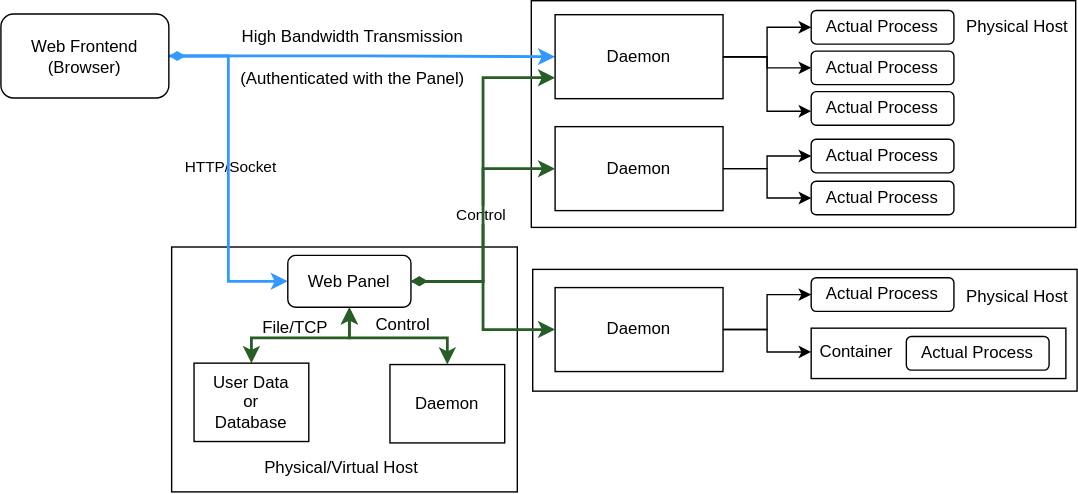
This is images/distributed_principle.svg from MCSManager/Documentation, a draw.io export, as it was before one commit. Source tidied: cells renumbered, new cells last; positions are measured from the earlier drawing's top-left corner, leaving out a move shared by most shapes.
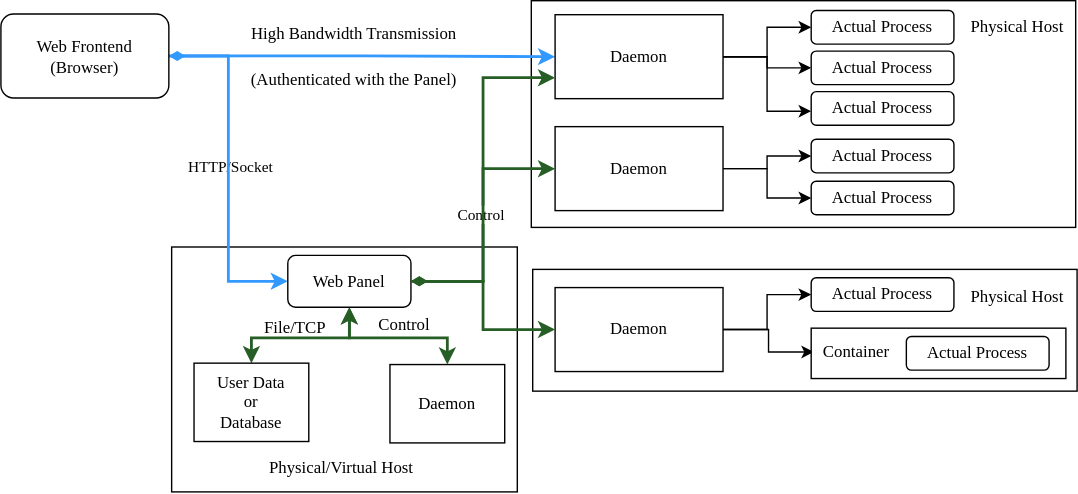
After the commit.

Commit message:
[Doc] en_us - updated network architecture graph, on: images/distributed_principle.svg

What changed in the source:
```diff
@@ -2,81 +2,81 @@
   <root>
     <mxCell id="0" />
     <mxCell id="1" parent="0" />
-    <mxCell id="2" value="HTTP/Socket" style="edgeLabel;html=1;align=center;verticalAlign=middle;" parent="1" vertex="1">
+    <mxCell id="2" value="HTTP/Socket" style="edgeLabel;html=1;align=center;verticalAlign=middle;fontFamily=Linux Libertine;" parent="1" vertex="1">
       <mxGeometry x="164" y="119" as="geometry" />
     </mxCell>
-    <mxCell id="3" style="rounded=0;whiteSpace=wrap;html=1;" parent="1" vertex="1">
+    <mxCell id="3" style="rounded=0;whiteSpace=wrap;html=1;fontFamily=Linux Libertine;" parent="1" vertex="1">
       <mxGeometry x="122" y="176" width="247" height="175" as="geometry" />
     </mxCell>
-    <mxCell id="4" style="rounded=0;whiteSpace=wrap;html=1;" parent="1" vertex="1">
+    <mxCell id="4" style="rounded=0;whiteSpace=wrap;html=1;fontFamily=Linux Libertine;" parent="1" vertex="1">
       <mxGeometry x="379" width="389" height="162" as="geometry" />
     </mxCell>
-    <mxCell id="5" style="edgeStyle=orthogonalEdgeStyle;rounded=0;jettySize=auto;html=1;exitX=1;exitY=0.5;exitDx=0;exitDy=0;entryX=0;entryY=0.5;entryDx=0;entryDy=0;strokeColor=#3399FF;strokeWidth=2;" parent="1" edge="1" source="7" target="11">
+    <mxCell id="5" style="edgeStyle=orthogonalEdgeStyle;rounded=0;jettySize=auto;html=1;exitX=1;exitY=0.5;exitDx=0;exitDy=0;entryX=0;entryY=0.5;entryDx=0;entryDy=0;strokeColor=#3399FF;strokeWidth=2;fontFamily=Linux Libertine;" parent="1" edge="1" source="7" target="11">
       <mxGeometry relative="1" as="geometry" />
     </mxCell>
-    <mxCell id="6" style="edgeStyle=orthogonalEdgeStyle;rounded=0;jettySize=auto;html=1;exitX=1;exitY=0.5;exitDx=0;exitDy=0;entryX=0;entryY=0.5;entryDx=0;entryDy=0;startArrow=diamondThin;startFill=1;strokeColor=#3399FF;strokeWidth=2;" parent="1" edge="1" source="7" target="28">
+    <mxCell id="6" style="edgeStyle=orthogonalEdgeStyle;rounded=0;jettySize=auto;html=1;exitX=1;exitY=0.5;exitDx=0;exitDy=0;entryX=0;entryY=0.5;entryDx=0;entryDy=0;startArrow=diamondThin;startFill=1;strokeColor=#3399FF;strokeWidth=2;fontFamily=Linux Libertine;" parent="1" edge="1" source="7" target="28">
       <mxGeometry relative="1" as="geometry" />
     </mxCell>
-    <mxCell id="7" value="Web Frontend&lt;br&gt;(Browser)" style="rounded=1;whiteSpace=wrap;html=1;" parent="1" vertex="1">
+    <mxCell id="7" value="&lt;font&gt;Web Frontend&lt;br&gt;(Browser)&lt;/font&gt;" style="rounded=1;whiteSpace=wrap;html=1;fontFamily=Linux Libertine;" parent="1" vertex="1">
       <mxGeometry y="9.5" width="120" height="60" as="geometry" />
     </mxCell>
-    <mxCell id="8" style="edgeStyle=orthogonalEdgeStyle;rounded=0;jettySize=auto;html=1;exitX=1;exitY=0.5;exitDx=0;exitDy=0;entryX=0;entryY=0.5;entryDx=0;entryDy=0;" parent="1" edge="1" source="11" target="17">
+    <mxCell id="8" style="edgeStyle=orthogonalEdgeStyle;rounded=0;jettySize=auto;html=1;exitX=1;exitY=0.5;exitDx=0;exitDy=0;entryX=0;entryY=0.5;entryDx=0;entryDy=0;fontFamily=Linux Libertine;" parent="1" edge="1" source="11" target="17">
       <mxGeometry relative="1" as="geometry" />
     </mxCell>
-    <mxCell id="9" style="edgeStyle=orthogonalEdgeStyle;rounded=0;jettySize=auto;html=1;exitX=1;exitY=0.5;exitDx=0;exitDy=0;entryX=0;entryY=0.583;entryDx=0;entryDy=0;entryPerimeter=0;" parent="1" edge="1" source="11" target="18">
+    <mxCell id="9" style="edgeStyle=orthogonalEdgeStyle;rounded=0;jettySize=auto;html=1;exitX=1;exitY=0.5;exitDx=0;exitDy=0;entryX=0;entryY=0.583;entryDx=0;entryDy=0;entryPerimeter=0;fontFamily=Linux Libertine;" parent="1" edge="1" source="11" target="18">
       <mxGeometry relative="1" as="geometry" />
     </mxCell>
-    <mxCell id="10" style="edgeStyle=orthogonalEdgeStyle;rounded=0;jettySize=auto;html=1;exitX=1;exitY=0.5;exitDx=0;exitDy=0;entryX=0;entryY=0.5;entryDx=0;entryDy=0;" parent="1" edge="1" source="11" target="19">
+    <mxCell id="10" style="edgeStyle=orthogonalEdgeStyle;rounded=0;jettySize=auto;html=1;exitX=1;exitY=0.5;exitDx=0;exitDy=0;entryX=0;entryY=0.5;entryDx=0;entryDy=0;fontFamily=Linux Libertine;" parent="1" edge="1" source="11" target="19">
       <mxGeometry relative="1" as="geometry" />
     </mxCell>
-    <mxCell id="11" value="Daemon" style="rounded=0;whiteSpace=wrap;html=1;" parent="1" vertex="1">
+    <mxCell id="11" value="Daemon" style="rounded=0;whiteSpace=wrap;html=1;fontFamily=Linux Libertine;" parent="1" vertex="1">
       <mxGeometry x="396" y="10" width="120" height="60" as="geometry" />
     </mxCell>
-    <mxCell id="12" style="edgeStyle=orthogonalEdgeStyle;rounded=0;jettySize=auto;html=1;exitX=1;exitY=0.5;exitDx=0;exitDy=0;entryX=0;entryY=0.5;entryDx=0;entryDy=0;" parent="1" edge="1" source="14" target="20">
+    <mxCell id="12" style="edgeStyle=orthogonalEdgeStyle;rounded=0;jettySize=auto;html=1;exitX=1;exitY=0.5;exitDx=0;exitDy=0;entryX=0;entryY=0.5;entryDx=0;entryDy=0;fontFamily=Linux Libertine;" parent="1" edge="1" source="14" target="20">
       <mxGeometry relative="1" as="geometry" />
     </mxCell>
-    <mxCell id="13" style="edgeStyle=orthogonalEdgeStyle;rounded=0;jettySize=auto;html=1;exitX=1;exitY=0.5;exitDx=0;exitDy=0;entryX=0;entryY=0.5;entryDx=0;entryDy=0;" parent="1" edge="1" source="14" target="21">
+    <mxCell id="13" style="edgeStyle=orthogonalEdgeStyle;rounded=0;jettySize=auto;html=1;exitX=1;exitY=0.5;exitDx=0;exitDy=0;entryX=0;entryY=0.5;entryDx=0;entryDy=0;fontFamily=Linux Libertine;" parent="1" edge="1" source="14" target="21">
       <mxGeometry relative="1" as="geometry" />
     </mxCell>
-    <mxCell id="14" value="Daemon" style="rounded=0;whiteSpace=wrap;html=1;" parent="1" vertex="1">
+    <mxCell id="14" value="Daemon" style="rounded=0;whiteSpace=wrap;html=1;fontFamily=Linux Libertine;" parent="1" vertex="1">
       <mxGeometry x="396" y="90" width="120" height="60" as="geometry" />
     </mxCell>
-    <mxCell id="15" value="High Bandwidth Transmission" style="text;html=1;align=center;verticalAlign=middle;fillColor=none;strokeColor=none;rounded=0;" parent="1" vertex="1">
-      <mxGeometry x="166" y="13" width="170" height="20" as="geometry" />
+    <mxCell id="15" value="High Bandwidth Transmission" style="text;html=1;align=center;verticalAlign=middle;fillColor=none;strokeColor=none;rounded=0;fontFamily=Linux Libertine;" parent="1" vertex="1">
+      <mxGeometry x="171" y="14" width="161" height="19" as="geometry" />
     </mxCell>
-    <mxCell id="16" value="(Authenticated with the Panel)" style="text;html=1;align=center;verticalAlign=middle;fillColor=none;strokeColor=none;rounded=0;" parent="1" vertex="1">
-      <mxGeometry x="161" y="46" width="180" height="20" as="geometry" />
+    <mxCell id="16" value="(Authenticated with the Panel)" style="text;html=1;align=center;verticalAlign=middle;fillColor=none;strokeColor=none;rounded=0;fontFamily=Linux Libertine;" parent="1" vertex="1">
+      <mxGeometry x="171" y="47" width="161" height="19" as="geometry" />
     </mxCell>
-    <mxCell id="17" value="Actual Process" style="rounded=1;whiteSpace=wrap;html=1;" parent="1" vertex="1">
+    <mxCell id="17" value="Actual Process" style="rounded=1;whiteSpace=wrap;html=1;fontFamily=Linux Libertine;" parent="1" vertex="1">
       <mxGeometry x="579" y="36" width="102" height="24" as="geometry" />
     </mxCell>
-    <mxCell id="18" value="Actual Process" style="rounded=1;whiteSpace=wrap;html=1;" parent="1" vertex="1">
+    <mxCell id="18" value="Actual Process" style="rounded=1;whiteSpace=wrap;html=1;fontFamily=Linux Libertine;" parent="1" vertex="1">
       <mxGeometry x="579" y="65" width="102" height="24" as="geometry" />
     </mxCell>
-    <mxCell id="19" value="Actual Process" style="rounded=1;whiteSpace=wrap;html=1;" parent="1" vertex="1">
+    <mxCell id="19" value="Actual Process" style="rounded=1;whiteSpace=wrap;html=1;fontFamily=Linux Libertine;" parent="1" vertex="1">
       <mxGeometry x="579" y="7" width="102" height="24" as="geometry" />
     </mxCell>
-    <mxCell id="20" value="Actual Process" style="rounded=1;whiteSpace=wrap;html=1;" parent="1" vertex="1">
+    <mxCell id="20" value="Actual Process" style="rounded=1;whiteSpace=wrap;html=1;fontFamily=Linux Libertine;" parent="1" vertex="1">
       <mxGeometry x="579" y="99" width="102" height="24" as="geometry" />
     </mxCell>
-    <mxCell id="21" value="Actual Process" style="rounded=1;whiteSpace=wrap;html=1;" parent="1" vertex="1">
+    <mxCell id="21" value="Actual Process" style="rounded=1;whiteSpace=wrap;html=1;fontFamily=Linux Libertine;" parent="1" vertex="1">
       <mxGeometry x="579" y="129" width="102" height="24" as="geometry" />
     </mxCell>
-    <mxCell id="22" value="Physical Host" style="text;html=1;align=center;verticalAlign=middle;fillColor=none;strokeColor=none;rounded=0;" parent="1" vertex="1">
-      <mxGeometry x="684" y="9.5" width="84" height="19" as="geometry" />
+    <mxCell id="22" value="Physical Host" style="text;html=1;align=center;verticalAlign=middle;fillColor=none;strokeColor=none;rounded=0;fontFamily=Linux Libertine;" parent="1" vertex="1">
+      <mxGeometry x="687" y="9.5" width="78" height="19" as="geometry" />
     </mxCell>
-    <mxCell id="23" style="edgeStyle=orthogonalEdgeStyle;rounded=0;jettySize=auto;html=1;exitX=1;exitY=0.5;exitDx=0;exitDy=0;entryX=0;entryY=0.75;entryDx=0;entryDy=0;startArrow=diamondThin;startFill=1;strokeColor=#265E26;strokeWidth=2;" parent="1" edge="1" source="28" target="11">
+    <mxCell id="23" style="edgeStyle=orthogonalEdgeStyle;rounded=0;jettySize=auto;html=1;exitX=1;exitY=0.5;exitDx=0;exitDy=0;entryX=0;entryY=0.75;entryDx=0;entryDy=0;startArrow=diamondThin;startFill=1;strokeColor=#265E26;strokeWidth=2;fontFamily=Linux Libertine;" parent="1" edge="1" source="28" target="11">
       <mxGeometry relative="1" as="geometry" />
     </mxCell>
-    <mxCell id="24" value="Control" style="edgeLabel;html=1;align=center;verticalAlign=middle;" parent="23" vertex="1">
+    <mxCell id="24" value="Control" style="edgeLabel;html=1;align=center;verticalAlign=middle;fontFamily=Linux Libertine;" parent="23" vertex="1">
       <mxGeometry x="0.22" relative="1" as="geometry">
         <mxPoint x="-2" y="52" as="offset" />
       </mxGeometry>
     </mxCell>
-    <mxCell id="25" style="edgeStyle=orthogonalEdgeStyle;rounded=0;jettySize=auto;html=1;exitX=1;exitY=0.5;exitDx=0;exitDy=0;entryX=0;entryY=0.5;entryDx=0;entryDy=0;startArrow=diamondThin;startFill=1;strokeColor=#265E26;strokeWidth=2;" parent="1" edge="1" source="28" target="14">
+    <mxCell id="25" style="edgeStyle=orthogonalEdgeStyle;rounded=0;jettySize=auto;html=1;exitX=1;exitY=0.5;exitDx=0;exitDy=0;entryX=0;entryY=0.5;entryDx=0;entryDy=0;startArrow=diamondThin;startFill=1;strokeColor=#265E26;strokeWidth=2;fontFamily=Linux Libertine;" parent="1" edge="1" source="28" target="14">
       <mxGeometry relative="1" as="geometry" />
     </mxCell>
-    <mxCell id="26" style="edgeStyle=orthogonalEdgeStyle;rounded=0;jettySize=auto;html=1;exitX=0.5;exitY=1;exitDx=0;exitDy=0;startArrow=classic;startFill=1;strokeColor=#265E26;strokeWidth=2;" parent="1" edge="1" source="28" target="29">
+    <mxCell id="26" style="edgeStyle=orthogonalEdgeStyle;rounded=0;jettySize=auto;html=1;exitX=0.5;exitY=1;exitDx=0;exitDy=0;startArrow=classic;startFill=1;strokeColor=#265E26;strokeWidth=2;fontFamily=Linux Libertine;" parent="1" edge="1" source="28" target="29">
       <mxGeometry relative="1" as="geometry">
         <Array as="points">
           <mxPoint x="249" y="241" />
@@ -84,7 +84,7 @@
         </Array>
       </mxGeometry>
     </mxCell>
-    <mxCell id="27" style="edgeStyle=orthogonalEdgeStyle;rounded=0;jettySize=auto;html=1;exitX=0.5;exitY=1;exitDx=0;exitDy=0;startArrow=classic;startFill=1;strokeColor=#265E26;strokeWidth=2;" parent="1" edge="1" source="28" target="30">
+    <mxCell id="27" style="edgeStyle=orthogonalEdgeStyle;rounded=0;jettySize=auto;html=1;exitX=0.5;exitY=1;exitDx=0;exitDy=0;startArrow=classic;startFill=1;strokeColor=#265E26;strokeWidth=2;fontFamily=Linux Libertine;" parent="1" edge="1" source="28" target="30">
       <mxGeometry relative="1" as="geometry">
         <Array as="points">
           <mxPoint x="249" y="241" />
@@ -92,55 +92,55 @@
         </Array>
       </mxGeometry>
     </mxCell>
-    <mxCell id="28" value="Web Panel" style="rounded=1;whiteSpace=wrap;html=1;" parent="1" vertex="1">
+    <mxCell id="28" value="Web Panel" style="rounded=1;whiteSpace=wrap;html=1;fontFamily=Linux Libertine;" parent="1" vertex="1">
       <mxGeometry x="205" y="182" width="88" height="37" as="geometry" />
     </mxCell>
-    <mxCell id="29" value="User Data&lt;br&gt;or&lt;br&gt;Database" style="rounded=0;whiteSpace=wrap;html=1;" parent="1" vertex="1">
+    <mxCell id="29" value="User Data&lt;br&gt;or&lt;br&gt;Database" style="rounded=0;whiteSpace=wrap;html=1;fontFamily=Linux Libertine;" parent="1" vertex="1">
       <mxGeometry x="138" y="259" width="82" height="56" as="geometry" />
     </mxCell>
-    <mxCell id="30" value="Daemon" style="rounded=0;whiteSpace=wrap;html=1;" parent="1" vertex="1">
+    <mxCell id="30" value="Daemon" style="rounded=0;whiteSpace=wrap;html=1;fontFamily=Linux Libertine;" parent="1" vertex="1">
       <mxGeometry x="278" y="260" width="82" height="56" as="geometry" />
     </mxCell>
-    <mxCell id="31" value="File/TCP" style="text;html=1;align=center;verticalAlign=middle;fillColor=none;strokeColor=none;rounded=0;" parent="1" vertex="1">
-      <mxGeometry x="181" y="224" width="58" height="19" as="geometry" />
+    <mxCell id="31" value="File/TCP" style="text;html=1;align=center;verticalAlign=middle;fillColor=none;strokeColor=none;rounded=0;fontFamily=Linux Libertine;" parent="1" vertex="1">
+      <mxGeometry x="183" y="224" width="54" height="19" as="geometry" />
     </mxCell>
-    <mxCell id="32" value="Control" style="text;html=1;align=center;verticalAlign=middle;fillColor=none;strokeColor=none;rounded=0;" parent="1" vertex="1">
-      <mxGeometry x="262" y="222" width="50" height="19" as="geometry" />
+    <mxCell id="32" value="Control" style="text;html=1;align=center;verticalAlign=middle;fillColor=none;strokeColor=none;rounded=0;fontFamily=Linux Libertine;" parent="1" vertex="1">
+      <mxGeometry x="263" y="222" width="49" height="19" as="geometry" />
     </mxCell>
-    <mxCell id="33" value="Physical/Virtual Host" style="text;html=1;align=center;verticalAlign=middle;fillColor=none;strokeColor=none;rounded=0;" parent="1" vertex="1">
-      <mxGeometry x="182" y="324" width="121" height="19" as="geometry" />
+    <mxCell id="33" value="Physical/Virtual Host" style="text;html=1;align=center;verticalAlign=middle;fillColor=none;strokeColor=none;rounded=0;fontFamily=Linux Libertine;" parent="1" vertex="1">
+      <mxGeometry x="185" y="324" width="116" height="19" as="geometry" />
     </mxCell>
-    <mxCell id="34" style="rounded=0;whiteSpace=wrap;html=1;" parent="1" vertex="1">
+    <mxCell id="34" style="rounded=0;whiteSpace=wrap;html=1;fontFamily=Linux Libertine;" parent="1" vertex="1">
       <mxGeometry x="380" y="192" width="389" height="87" as="geometry" />
     </mxCell>
-    <mxCell id="35" value="Physical Host" style="text;html=1;align=center;verticalAlign=middle;fillColor=none;strokeColor=none;rounded=0;" parent="1" vertex="1">
-      <mxGeometry x="684" y="202" width="84" height="19" as="geometry" />
+    <mxCell id="35" value="Physical Host" style="text;html=1;align=center;verticalAlign=middle;fillColor=none;strokeColor=none;rounded=0;fontFamily=Linux Libertine;" parent="1" vertex="1">
+      <mxGeometry x="687" y="202" width="78" height="19" as="geometry" />
     </mxCell>
-    <mxCell id="36" style="edgeStyle=orthogonalEdgeStyle;rounded=0;jettySize=auto;html=1;exitX=1;exitY=0.5;exitDx=0;exitDy=0;entryX=0;entryY=0.5;entryDx=0;entryDy=0;startArrow=none;startFill=0;strokeColor=#000000;strokeWidth=1;" parent="1" edge="1" source="38" target="39">
+    <mxCell id="36" style="edgeStyle=orthogonalEdgeStyle;rounded=0;jettySize=auto;html=1;exitX=1;exitY=0.5;exitDx=0;exitDy=0;entryX=0;entryY=0.5;entryDx=0;entryDy=0;startArrow=none;startFill=0;strokeColor=#000000;strokeWidth=1;fontFamily=Linux Libertine;" parent="1" edge="1" source="38" target="39">
       <mxGeometry relative="1" as="geometry" />
     </mxCell>
-    <mxCell id="37" style="edgeStyle=orthogonalEdgeStyle;rounded=0;jettySize=auto;html=1;exitX=1;exitY=0.5;exitDx=0;exitDy=0;startArrow=none;startFill=0;strokeColor=#000000;strokeWidth=1;" parent="1" edge="1" source="38" target="43">
+    <mxCell id="37" style="edgeStyle=orthogonalEdgeStyle;rounded=0;jettySize=auto;html=1;exitX=1;exitY=0.5;exitDx=0;exitDy=0;startArrow=none;startFill=0;strokeColor=#000000;strokeWidth=1;fontFamily=Linux Libertine;" parent="1" edge="1" source="38" target="43">
       <mxGeometry relative="1" as="geometry" />
     </mxCell>
-    <mxCell id="38" value="Daemon" style="rounded=0;whiteSpace=wrap;html=1;" parent="1" vertex="1">
+    <mxCell id="38" value="Daemon" style="rounded=0;whiteSpace=wrap;html=1;fontFamily=Linux Libertine;" parent="1" vertex="1">
       <mxGeometry x="396" y="205" width="120" height="60" as="geometry" />
     </mxCell>
-    <mxCell id="39" value="Actual Process" style="rounded=1;whiteSpace=wrap;html=1;" parent="1" vertex="1">
+    <mxCell id="39" value="Actual Process" style="rounded=1;whiteSpace=wrap;html=1;fontFamily=Linux Libertine;" parent="1" vertex="1">
       <mxGeometry x="579" y="198" width="102" height="24" as="geometry" />
     </mxCell>
-    <mxCell id="40" style="group;" parent="1" vertex="1">
+    <mxCell id="40" style="group;fontFamily=Linux Libertine;" parent="1" vertex="1">
       <mxGeometry x="579" y="234" width="182" height="36" as="geometry" />
     </mxCell>
-    <mxCell id="41" style="rounded=0;whiteSpace=wrap;html=1;" parent="40" vertex="1">
+    <mxCell id="41" style="rounded=0;whiteSpace=wrap;html=1;fontFamily=Linux Libertine;" parent="40" vertex="1">
       <mxGeometry width="182" height="36" as="geometry" />
     </mxCell>
-    <mxCell id="42" value="Actual Process" style="rounded=1;whiteSpace=wrap;html=1;" parent="40" vertex="1">
+    <mxCell id="42" value="Actual Process" style="rounded=1;whiteSpace=wrap;html=1;fontFamily=Linux Libertine;" parent="40" vertex="1">
       <mxGeometry x="68" y="6" width="102" height="24" as="geometry" />
     </mxCell>
-    <mxCell id="43" value="Container" style="text;html=1;align=center;verticalAlign=middle;points=[];fillColor=none;strokeColor=none;rounded=0;" parent="40" vertex="1">
-      <mxGeometry y="7.5" width="63" height="19" as="geometry" />
+    <mxCell id="43" value="Container" style="text;html=1;align=center;verticalAlign=middle;points=[];fillColor=none;strokeColor=none;rounded=0;fontFamily=Linux Libertine;" parent="40" vertex="1">
+      <mxGeometry x="2" y="7.5" width="60" height="19" as="geometry" />
     </mxCell>
-    <mxCell id="44" style="edgeStyle=orthogonalEdgeStyle;rounded=0;jettySize=auto;html=1;exitX=1;exitY=0.5;exitDx=0;exitDy=0;entryX=0;entryY=0.5;entryDx=0;entryDy=0;startArrow=none;startFill=0;strokeColor=#265E26;strokeWidth=2;" parent="1" edge="1" source="28" target="38">
+    <mxCell id="44" style="edgeStyle=orthogonalEdgeStyle;rounded=0;jettySize=auto;html=1;exitX=1;exitY=0.5;exitDx=0;exitDy=0;entryX=0;entryY=0.5;entryDx=0;entryDy=0;startArrow=none;startFill=0;strokeColor=#265E26;strokeWidth=2;fontFamily=Linux Libertine;" parent="1" edge="1" source="28" target="38">
       <mxGeometry relative="1" as="geometry" />
     </mxCell>
   </root>
```
